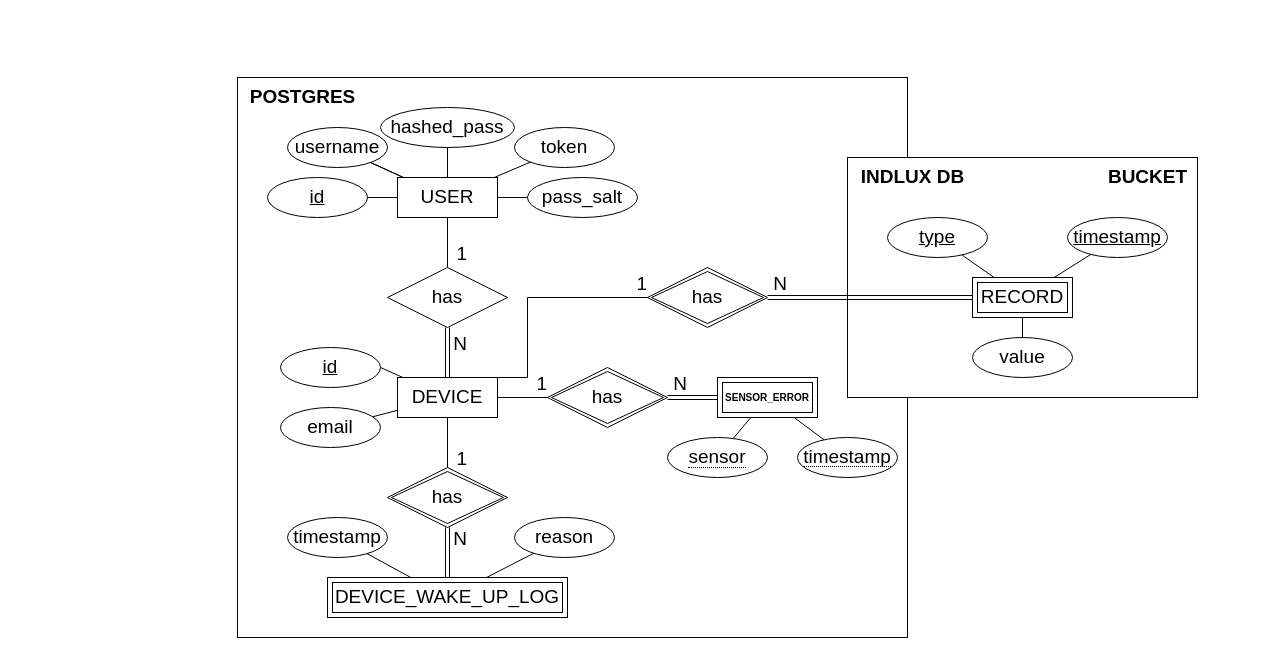
Before: Diagrams/Combined DB Diagram.drawio in MiguelRocha2001/PS-Monitor-IoT-System, a draw.io diagram. Source tidied: cells renumbered, new cells numbered last; positions are measured from the earlier drawing's top-left corner, leaving out a move shared by most shapes. Both pictures are drawn from the tidied source at 100%, with x=0, y=0 at pixel (237, 77).
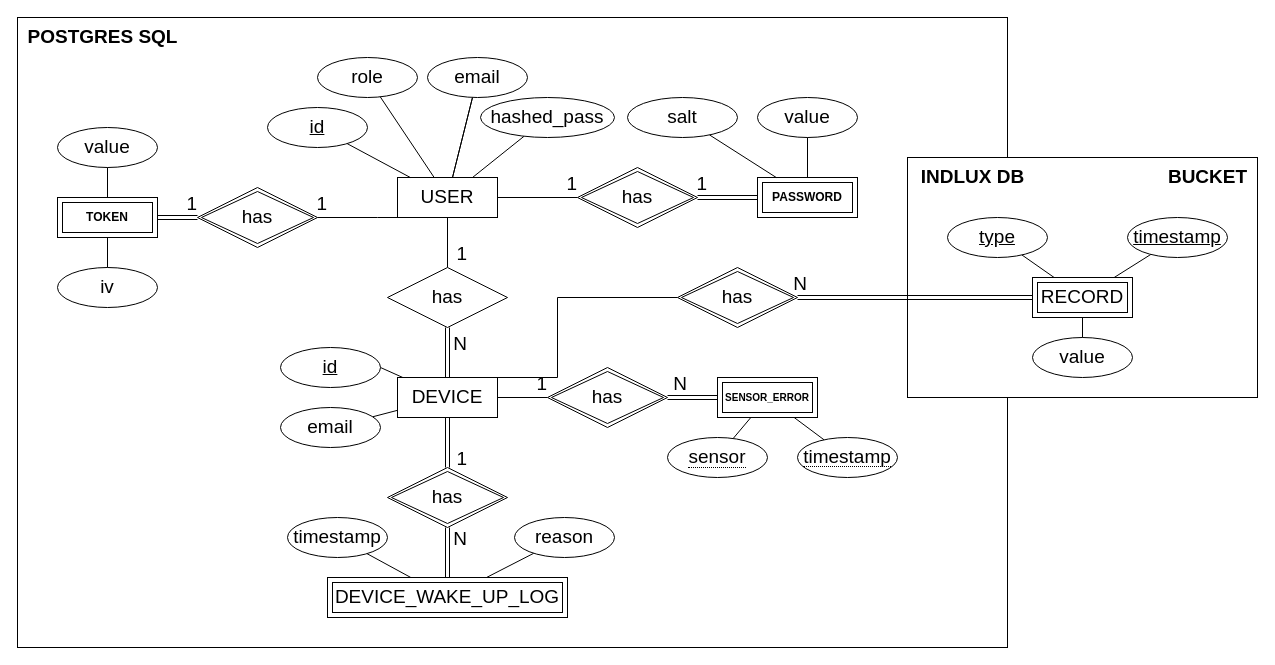
The same page after the edit.

Unchanged cells that the change refers to:
```xml
<mxCell id="6" value="&lt;font style=&quot;font-size: 19px;&quot;&gt;USER&lt;/font&gt;" style="whiteSpace=wrap;html=1;align=center;" parent="1" vertex="1">
  <mxGeometry x="160" y="100" width="100" height="40" as="geometry" />
</mxCell>
<mxCell id="14" style="endArrow=none;html=1;rounded=0;" parent="1" edge="1" source="6" target="31">
  <mxGeometry relative="1" as="geometry" />
</mxCell>
<mxCell id="19" style="endArrow=none;html=1;rounded=0;shape=link;exitX=0.5;exitY=0;exitDx=0;exitDy=0;" parent="1" edge="1" source="29" target="31">
  <mxGeometry relative="1" as="geometry" />
</mxCell>
<mxCell id="29" value="&lt;font style=&quot;font-size: 19px;&quot;&gt;DEVICE&lt;/font&gt;" style="whiteSpace=wrap;html=1;align=center;" parent="1" vertex="1">
  <mxGeometry x="160" y="300" width="100" height="40" as="geometry" />
</mxCell>
<mxCell id="38" value="&lt;font style=&quot;font-size: 19px;&quot;&gt;DEVICE_WAKE_UP_LOG&lt;/font&gt;" style="shape=ext;margin=3;double=1;whiteSpace=wrap;html=1;align=center;fontSize=8;fontStyle=0;" parent="1" vertex="1">
  <mxGeometry x="90" y="500" width="240" height="40" as="geometry" />
</mxCell>
<mxCell id="45" value="SENSOR_ERROR" style="shape=ext;margin=3;double=1;whiteSpace=wrap;html=1;align=center;fontSize=10;fontStyle=1;" parent="1" vertex="1">
  <mxGeometry x="480" y="300" width="100" height="40" as="geometry" />
</mxCell>
```

The edit, as a diff of the source:
```diff
@@
-    <mxCell id="2" style="rounded=0;whiteSpace=wrap;html=1;" parent="1" vertex="1">
-      <mxGeometry width="670" height="560" as="geometry" />
-    </mxCell>
-    <mxCell id="3" style="endArrow=none;html=1;rounded=0;exitX=1;exitY=0.5;exitDx=0;exitDy=0;" parent="1" edge="1" source="30" target="29">
-      <mxGeometry relative="1" as="geometry" />
-    </mxCell>
-    <mxCell id="4" style="endArrow=none;html=1;rounded=0;" parent="1" edge="1" source="5" target="29">
-      <mxGeometry relative="1" as="geometry" />
-    </mxCell>
-    <mxCell id="5" value="&lt;font style=&quot;font-size: 19px;&quot;&gt;email&lt;/font&gt;" style="ellipse;whiteSpace=wrap;html=1;align=center;" parent="1" vertex="1">
-      <mxGeometry x="43" y="330" width="100" height="40" as="geometry" />
-    </mxCell>
+    <mxCell id="61" style="rounded=0;whiteSpace=wrap;html=1;" parent="1" vertex="1">
+      <mxGeometry x="-220" y="-60" width="990" height="630" as="geometry" />
+    </mxCell>
+    <mxCell id="62" style="endArrow=none;html=1;rounded=0;exitX=1;exitY=0.5;exitDx=0;exitDy=0;" parent="1" edge="1" source="80" target="29">
+      <mxGeometry relative="1" as="geometry" />
+    </mxCell>
+    <mxCell id="63" style="endArrow=none;html=1;rounded=0;" parent="1" edge="1" source="64" target="29">
+      <mxGeometry relative="1" as="geometry" />
+    </mxCell>
+    <mxCell id="64" value="&lt;font style=&quot;font-size: 19px;&quot;&gt;email&lt;/font&gt;" style="ellipse;whiteSpace=wrap;html=1;align=center;" parent="1" vertex="1">
+      <mxGeometry x="43" y="330" width="100" height="40" as="geometry" />
+    </mxCell>
@@
-    <mxCell id="7" value="&lt;font style=&quot;font-size: 19px;&quot;&gt;id&lt;/font&gt;" style="ellipse;whiteSpace=wrap;html=1;align=center;fontStyle=4;" parent="1" vertex="1">
-      <mxGeometry x="30" y="100" width="100" height="40" as="geometry" />
-    </mxCell>
-    <mxCell id="8" style="endArrow=none;html=1;rounded=0;" parent="1" edge="1" source="46" target="6">
-      <mxGeometry relative="1" as="geometry" />
-    </mxCell>
-    <mxCell id="9" style="endArrow=none;html=1;rounded=0;" parent="1" edge="1" source="46" target="6">
-      <mxGeometry relative="1" as="geometry" />
-    </mxCell>
+    <mxCell id="65" value="&lt;font style=&quot;font-size: 19px;&quot;&gt;id&lt;/font&gt;" style="ellipse;whiteSpace=wrap;html=1;align=center;fontStyle=4;" parent="1" vertex="1">
+      <mxGeometry x="30" y="30" width="100" height="40" as="geometry" />
+    </mxCell>
+    <mxCell id="66" style="endArrow=none;html=1;rounded=0;" parent="1" edge="1" source="85" target="6">
+      <mxGeometry relative="1" as="geometry" />
+    </mxCell>
+    <mxCell id="67" style="endArrow=none;html=1;rounded=0;" parent="1" edge="1" source="85" target="6">
+      <mxGeometry relative="1" as="geometry" />
+    </mxCell>
@@
     <mxCell id="11" value="&lt;font style=&quot;font-size: 19px;&quot;&gt;hashed_pass&lt;/font&gt;" style="ellipse;whiteSpace=wrap;html=1;align=center;fontSize=12;" parent="1" vertex="1">
-      <mxGeometry x="143" y="30" width="134" height="40" as="geometry" />
+      <mxGeometry x="243" y="20" width="134" height="40" as="geometry" />
     </mxCell>
-    <mxCell id="12" value="&lt;font style=&quot;font-size: 19px;&quot;&gt;token&lt;/font&gt;" style="ellipse;whiteSpace=wrap;html=1;align=center;" parent="1" vertex="1">
-      <mxGeometry x="277" y="50" width="100" height="40" as="geometry" />
-    </mxCell>
-    <mxCell id="13" style="endArrow=none;html=1;rounded=0;" parent="1" edge="1" source="12" target="6">
-      <mxGeometry relative="1" as="geometry" />
-    </mxCell>
@@
-    <mxCell id="15" value="&lt;font style=&quot;font-size: 19px;&quot;&gt;1&lt;/font&gt;" style="html=1;align=right;verticalAlign=bottom;" parent="14" vertex="1">
-      <mxGeometry x="1" relative="1" as="geometry">
-        <mxPoint x="20" as="offset" />
-      </mxGeometry>
-    </mxCell>
-    <mxCell id="16" value="&lt;font style=&quot;font-size: 19px;&quot;&gt;1&lt;/font&gt;" style="html=1;align=right;verticalAlign=bottom;" parent="14" vertex="1">
-      <mxGeometry x="1" relative="1" as="geometry">
-        <mxPoint x="20" y="205" as="offset" />
-      </mxGeometry>
-    </mxCell>
-    <mxCell id="17" value="&lt;font style=&quot;font-size: 19px;&quot;&gt;1&lt;/font&gt;" style="html=1;align=right;verticalAlign=bottom;" parent="14" vertex="1">
-      <mxGeometry x="1" relative="1" as="geometry">
-        <mxPoint x="100" y="130" as="offset" />
-      </mxGeometry>
-    </mxCell>
-    <mxCell id="18" value="&lt;font style=&quot;font-size: 19px;&quot;&gt;1&lt;/font&gt;" style="html=1;align=right;verticalAlign=bottom;" parent="14" vertex="1">
-      <mxGeometry x="1" relative="1" as="geometry">
-        <mxPoint x="200" y="30" as="offset" />
-      </mxGeometry>
-    </mxCell>
+    <mxCell id="68" value="&lt;font style=&quot;font-size: 19px;&quot;&gt;1&lt;/font&gt;" style="html=1;align=right;verticalAlign=bottom;" parent="14" vertex="1">
+      <mxGeometry x="1" relative="1" as="geometry">
+        <mxPoint x="20" as="offset" />
+      </mxGeometry>
+    </mxCell>
+    <mxCell id="69" value="&lt;font style=&quot;font-size: 19px;&quot;&gt;1&lt;/font&gt;" style="html=1;align=right;verticalAlign=bottom;" parent="14" vertex="1">
+      <mxGeometry x="1" relative="1" as="geometry">
+        <mxPoint x="20" y="205" as="offset" />
+      </mxGeometry>
+    </mxCell>
+    <mxCell id="70" value="&lt;font style=&quot;font-size: 19px;&quot;&gt;1&lt;/font&gt;" style="html=1;align=right;verticalAlign=bottom;" parent="14" vertex="1">
+      <mxGeometry x="1" relative="1" as="geometry">
+        <mxPoint x="100" y="130" as="offset" />
+      </mxGeometry>
+    </mxCell>
+    <mxCell id="71" value="&lt;font style=&quot;font-size: 19px;&quot;&gt;1&lt;/font&gt;" style="html=1;align=right;verticalAlign=bottom;" parent="14" vertex="1">
+      <mxGeometry x="1" relative="1" as="geometry">
+        <mxPoint x="260" y="-70" as="offset" />
+      </mxGeometry>
+    </mxCell>
+    <mxCell id="72" value="&lt;font style=&quot;font-size: 19px;&quot;&gt;1&lt;/font&gt;" style="html=1;align=right;verticalAlign=bottom;" parent="14" vertex="1">
+      <mxGeometry x="1" relative="1" as="geometry">
+        <mxPoint x="130" y="-70" as="offset" />
+      </mxGeometry>
+    </mxCell>
+    <mxCell id="73" value="&lt;font style=&quot;font-size: 19px;&quot;&gt;1&lt;/font&gt;" style="html=1;align=right;verticalAlign=bottom;" parent="14" vertex="1">
+      <mxGeometry x="1" relative="1" as="geometry">
+        <mxPoint x="-250" y="-50" as="offset" />
+      </mxGeometry>
+    </mxCell>
+    <mxCell id="74" value="&lt;font style=&quot;font-size: 19px;&quot;&gt;1&lt;/font&gt;" style="html=1;align=right;verticalAlign=bottom;" parent="14" vertex="1">
+      <mxGeometry x="1" relative="1" as="geometry">
+        <mxPoint x="-120" y="-50" as="offset" />
+      </mxGeometry>
+    </mxCell>
@@
-    <mxCell id="20" value="&lt;font style=&quot;font-size: 19px;&quot;&gt;N&lt;/font&gt;" style="html=1;align=right;verticalAlign=bottom;" parent="19" vertex="1">
-      <mxGeometry x="1" relative="1" as="geometry">
-        <mxPoint x="20" y="30" as="offset" />
-      </mxGeometry>
-    </mxCell>
-    <mxCell id="21" value="&lt;font style=&quot;font-size: 19px;&quot;&gt;N&lt;/font&gt;" style="html=1;align=right;verticalAlign=bottom;" parent="19" vertex="1">
-      <mxGeometry x="1" relative="1" as="geometry">
-        <mxPoint x="240" y="70" as="offset" />
-      </mxGeometry>
-    </mxCell>
-    <mxCell id="22" value="&lt;font style=&quot;font-size: 19px;&quot;&gt;N&lt;/font&gt;" style="html=1;align=right;verticalAlign=bottom;" parent="19" vertex="1">
-      <mxGeometry x="1" relative="1" as="geometry">
-        <mxPoint x="20" y="225" as="offset" />
-      </mxGeometry>
-    </mxCell>
-    <mxCell id="23" value="&lt;font style=&quot;font-size: 19px;&quot;&gt;N&lt;/font&gt;" style="html=1;align=right;verticalAlign=bottom;" parent="19" vertex="1">
-      <mxGeometry x="1" relative="1" as="geometry">
-        <mxPoint x="340" y="-30" as="offset" />
-      </mxGeometry>
-    </mxCell>
-    <mxCell id="24" value="&lt;font style=&quot;font-size: 19px;&quot;&gt;pass_salt&lt;/font&gt;" style="ellipse;whiteSpace=wrap;html=1;align=center;" parent="1" vertex="1">
-      <mxGeometry x="290" y="100" width="110" height="40" as="geometry" />
-    </mxCell>
-    <mxCell id="25" style="endArrow=none;html=1;rounded=0;" parent="1" edge="1" source="24" target="6">
-      <mxGeometry relative="1" as="geometry" />
-    </mxCell>
-    <mxCell id="26" style="edgeStyle=orthogonalEdgeStyle;rounded=0;jettySize=auto;html=1;endArrow=none;endFill=0;" parent="1" edge="1" source="29" target="34">
-      <mxGeometry relative="1" as="geometry" />
-    </mxCell>
-    <mxCell id="27" style="edgeStyle=orthogonalEdgeStyle;rounded=0;jettySize=auto;html=1;endArrow=none;endFill=0;" parent="1" edge="1" source="29" target="39">
-      <mxGeometry relative="1" as="geometry" />
-    </mxCell>
-    <mxCell id="28" style="edgeStyle=orthogonalEdgeStyle;rounded=0;jettySize=auto;html=1;exitX=1;exitY=0;exitDx=0;exitDy=0;endArrow=none;endFill=0;" parent="1" edge="1" source="29" target="60">
-      <mxGeometry relative="1" as="geometry">
-        <Array as="points">
-          <mxPoint x="290" y="300" />
-          <mxPoint x="290" y="220" />
-        </Array>
-      </mxGeometry>
-    </mxCell>
+    <mxCell id="75" value="&lt;font style=&quot;font-size: 19px;&quot;&gt;N&lt;/font&gt;" style="html=1;align=right;verticalAlign=bottom;" parent="19" vertex="1">
+      <mxGeometry x="1" relative="1" as="geometry">
+        <mxPoint x="20" y="30" as="offset" />
+      </mxGeometry>
+    </mxCell>
+    <mxCell id="76" value="&lt;font style=&quot;font-size: 19px;&quot;&gt;N&lt;/font&gt;" style="html=1;align=right;verticalAlign=bottom;" parent="19" vertex="1">
+      <mxGeometry x="1" relative="1" as="geometry">
+        <mxPoint x="240" y="70" as="offset" />
+      </mxGeometry>
+    </mxCell>
+    <mxCell id="77" value="&lt;font style=&quot;font-size: 19px;&quot;&gt;N&lt;/font&gt;" style="html=1;align=right;verticalAlign=bottom;" parent="19" vertex="1">
+      <mxGeometry x="1" relative="1" as="geometry">
+        <mxPoint x="20" y="225" as="offset" />
+      </mxGeometry>
+    </mxCell>
+    <mxCell id="78" style="edgeStyle=orthogonalEdgeStyle;rounded=0;jettySize=auto;html=1;endArrow=none;endFill=0;" parent="1" edge="1" source="29" target="81">
+      <mxGeometry relative="1" as="geometry" />
+    </mxCell>
+    <mxCell id="79" style="edgeStyle=orthogonalEdgeStyle;rounded=0;jettySize=auto;html=1;endArrow=none;endFill=0;shape=link;" parent="1" edge="1" source="29" target="83">
+      <mxGeometry relative="1" as="geometry" />
+    </mxCell>
@@
-    <mxCell id="30" value="&lt;font style=&quot;font-size: 19px;&quot;&gt;id&lt;/font&gt;" style="ellipse;whiteSpace=wrap;html=1;align=center;fontStyle=4;" parent="1" vertex="1">
-      <mxGeometry x="43" y="270" width="100" height="40" as="geometry" />
-    </mxCell>
+    <mxCell id="80" value="&lt;font style=&quot;font-size: 19px;&quot;&gt;id&lt;/font&gt;" style="ellipse;whiteSpace=wrap;html=1;align=center;fontStyle=4;" parent="1" vertex="1">
+      <mxGeometry x="43" y="270" width="100" height="40" as="geometry" />
+    </mxCell>
@@
-    <mxCell id="34" value="has" style="shape=rhombus;double=1;perimeter=rhombusPerimeter;whiteSpace=wrap;html=1;align=center;fontSize=19;" parent="1" vertex="1">
-      <mxGeometry x="310" y="290" width="120" height="60" as="geometry" />
-    </mxCell>
+    <mxCell id="81" value="has" style="shape=rhombus;double=1;perimeter=rhombusPerimeter;whiteSpace=wrap;html=1;align=center;fontSize=19;" parent="1" vertex="1">
+      <mxGeometry x="310" y="290" width="120" height="60" as="geometry" />
+    </mxCell>
@@
-    <mxCell id="37" style="edgeStyle=orthogonalEdgeStyle;rounded=0;jettySize=auto;html=1;endArrow=none;endFill=0;shape=link;entryX=0.5;entryY=1;entryDx=0;entryDy=0;" parent="1" edge="1" source="38" target="39">
-      <mxGeometry relative="1" as="geometry" />
-    </mxCell>
+    <mxCell id="82" style="edgeStyle=orthogonalEdgeStyle;rounded=0;jettySize=auto;html=1;endArrow=none;endFill=0;shape=link;entryX=0.5;entryY=1;entryDx=0;entryDy=0;" parent="1" edge="1" source="38" target="83">
+      <mxGeometry relative="1" as="geometry" />
+    </mxCell>
@@
-    <mxCell id="39" value="has" style="shape=rhombus;double=1;perimeter=rhombusPerimeter;whiteSpace=wrap;html=1;align=center;fontSize=19;" parent="1" vertex="1">
-      <mxGeometry x="150" y="390" width="120" height="60" as="geometry" />
-    </mxCell>
+    <mxCell id="83" value="has" style="shape=rhombus;double=1;perimeter=rhombusPerimeter;whiteSpace=wrap;html=1;align=center;fontSize=19;" parent="1" vertex="1">
+      <mxGeometry x="150" y="390" width="120" height="60" as="geometry" />
+    </mxCell>
@@
-    <mxCell id="44" style="edgeStyle=orthogonalEdgeStyle;rounded=0;jettySize=auto;html=1;shape=link;" parent="1" edge="1" source="34" target="45">
-      <mxGeometry relative="1" as="geometry" />
-    </mxCell>
+    <mxCell id="84" style="edgeStyle=orthogonalEdgeStyle;rounded=0;jettySize=auto;html=1;shape=link;" parent="1" edge="1" source="81" target="45">
+      <mxGeometry relative="1" as="geometry" />
+    </mxCell>
@@
-    <mxCell id="46" value="&lt;font style=&quot;font-size: 19px;&quot;&gt;username&lt;/font&gt;" style="ellipse;whiteSpace=wrap;html=1;align=center;" parent="1" vertex="1">
-      <mxGeometry x="50" y="50" width="100" height="40" as="geometry" />
-    </mxCell>
-    <mxCell id="47" style="endArrow=none;html=1;rounded=0;entryX=0;entryY=0.5;entryDx=0;entryDy=0;exitX=1;exitY=0.5;exitDx=0;exitDy=0;" parent="1" edge="1" source="7" target="6">
-      <mxGeometry relative="1" as="geometry" />
-    </mxCell>
-    <mxCell id="48" style="rounded=0;whiteSpace=wrap;html=1;" parent="1" vertex="1">
-      <mxGeometry x="610" y="80" width="350" height="240" as="geometry" />
-    </mxCell>
+    <mxCell id="85" value="&lt;font style=&quot;font-size: 19px;&quot;&gt;email&lt;/font&gt;" style="ellipse;whiteSpace=wrap;html=1;align=center;" parent="1" vertex="1">
+      <mxGeometry x="190" y="-20" width="100" height="40" as="geometry" />
+    </mxCell>
+    <mxCell id="86" style="endArrow=none;html=1;rounded=0;" parent="1" edge="1" source="65" target="6">
+      <mxGeometry relative="1" as="geometry" />
+    </mxCell>
+    <mxCell id="87" style="edgeStyle=orthogonalEdgeStyle;rounded=0;jettySize=auto;html=1;shape=link;" parent="1" edge="1" source="88" target="90">
+      <mxGeometry relative="1" as="geometry" />
+    </mxCell>
+    <mxCell id="88" value="PASSWORD" style="shape=ext;margin=3;double=1;whiteSpace=wrap;html=1;align=center;fontStyle=1;" parent="1" vertex="1">
+      <mxGeometry x="520" y="100" width="100" height="40" as="geometry" />
+    </mxCell>
+    <mxCell id="89" style="edgeStyle=orthogonalEdgeStyle;rounded=0;jettySize=auto;html=1;endArrow=none;endFill=0;" parent="1" edge="1" source="90" target="6">
+      <mxGeometry relative="1" as="geometry" />
+    </mxCell>
+    <mxCell id="90" value="has" style="shape=rhombus;double=1;perimeter=rhombusPerimeter;whiteSpace=wrap;html=1;align=center;fontSize=19;" parent="1" vertex="1">
+      <mxGeometry x="340" y="90" width="120" height="60" as="geometry" />
+    </mxCell>
+    <mxCell id="91" value="&lt;font style=&quot;font-size: 19px;&quot;&gt;value&lt;/font&gt;" style="ellipse;whiteSpace=wrap;html=1;align=center;" parent="1" vertex="1">
+      <mxGeometry x="520" y="20" width="100" height="40" as="geometry" />
+    </mxCell>
+    <mxCell id="92" style="endArrow=none;html=1;rounded=0;" parent="1" edge="1" source="91" target="88">
+      <mxGeometry relative="1" as="geometry" />
+    </mxCell>
+    <mxCell id="93" value="TOKEN" style="shape=ext;margin=3;double=1;whiteSpace=wrap;html=1;align=center;fontStyle=1;" parent="1" vertex="1">
+      <mxGeometry x="-180" y="120" width="100" height="40" as="geometry" />
+    </mxCell>
+    <mxCell id="94" style="edgeStyle=orthogonalEdgeStyle;rounded=0;jettySize=auto;html=1;endArrow=none;endFill=0;entryX=0;entryY=1;entryDx=0;entryDy=0;" parent="1" edge="1" source="95" target="6">
+      <mxGeometry relative="1" as="geometry">
+        <Array as="points">
+          <mxPoint x="140" y="140" />
+          <mxPoint x="140" y="140" />
+        </Array>
+      </mxGeometry>
+    </mxCell>
+    <mxCell id="95" value="has" style="shape=rhombus;double=1;perimeter=rhombusPerimeter;whiteSpace=wrap;html=1;align=center;fontSize=19;" parent="1" vertex="1">
+      <mxGeometry x="-40" y="110" width="120" height="60" as="geometry" />
+    </mxCell>
+    <mxCell id="96" style="edgeStyle=orthogonalEdgeStyle;rounded=0;jettySize=auto;html=1;shape=link;" parent="1" edge="1" source="93" target="95">
+      <mxGeometry relative="1" as="geometry" />
+    </mxCell>
+    <mxCell id="97" value="&lt;font style=&quot;font-size: 19px;&quot;&gt;value&lt;/font&gt;" style="ellipse;whiteSpace=wrap;html=1;align=center;" parent="1" vertex="1">
+      <mxGeometry x="-180" y="50" width="100" height="40" as="geometry" />
+    </mxCell>
+    <mxCell id="98" style="endArrow=none;html=1;rounded=0;" parent="1" edge="1" source="97" target="93">
+      <mxGeometry relative="1" as="geometry" />
+    </mxCell>
+    <mxCell id="99" value="&lt;font style=&quot;font-size: 19px;&quot;&gt;iv&lt;/font&gt;" style="ellipse;whiteSpace=wrap;html=1;align=center;" parent="1" vertex="1">
+      <mxGeometry x="-180" y="190" width="100" height="40" as="geometry" />
+    </mxCell>
+    <mxCell id="100" style="endArrow=none;html=1;rounded=0;" parent="1" edge="1" source="99" target="93">
+      <mxGeometry relative="1" as="geometry" />
+    </mxCell>
+    <mxCell id="101" style="endArrow=none;html=1;rounded=0;" parent="1" edge="1" source="102" target="88">
+      <mxGeometry relative="1" as="geometry" />
+    </mxCell>
+    <mxCell id="102" value="&lt;font style=&quot;font-size: 19px;&quot;&gt;salt&lt;/font&gt;" style="ellipse;whiteSpace=wrap;html=1;align=center;" parent="1" vertex="1">
+      <mxGeometry x="390" y="20" width="110" height="40" as="geometry" />
+    </mxCell>
+    <mxCell id="103" value="&lt;font style=&quot;font-size: 19px;&quot;&gt;role&lt;/font&gt;" style="ellipse;whiteSpace=wrap;html=1;align=center;" parent="1" vertex="1">
+      <mxGeometry x="80" y="-20" width="100" height="40" as="geometry" />
+    </mxCell>
+    <mxCell id="104" style="endArrow=none;html=1;rounded=0;" parent="1" edge="1" source="103" target="6">
+      <mxGeometry relative="1" as="geometry" />
+    </mxCell>
+    <mxCell id="105" style="rounded=0;whiteSpace=wrap;html=1;" parent="1" vertex="1">
+      <mxGeometry x="670" y="80" width="350" height="240" as="geometry" />
+    </mxCell>
@@
     <mxCell id="51" value="type" style="ellipse;whiteSpace=wrap;html=1;align=center;fontStyle=4;fontSize=19;" parent="1" vertex="1">
-      <mxGeometry x="650" y="140" width="100" height="40" as="geometry" />
+      <mxGeometry x="710" y="140" width="100" height="40" as="geometry" />
     </mxCell>
     <mxCell id="52" value="BUCKET" style="text;html=1;align=center;verticalAlign=middle;strokeColor=none;fillColor=none;fontSize=19;fontStyle=1;" parent="1" vertex="1">
-      <mxGeometry x="860" y="80" width="100" height="40" as="geometry" />
+      <mxGeometry x="920" y="80" width="100" height="40" as="geometry" />
     </mxCell>
     <mxCell id="53" value="value" style="ellipse;whiteSpace=wrap;html=1;align=center;fontSize=19;" parent="1" vertex="1">
-      <mxGeometry x="735" y="260" width="100" height="40" as="geometry" />
+      <mxGeometry x="795" y="260" width="100" height="40" as="geometry" />
     </mxCell>
@@
     <mxCell id="55" value="timestamp" style="ellipse;whiteSpace=wrap;html=1;align=center;fontStyle=4;fontSize=19;" parent="1" vertex="1">
-      <mxGeometry x="830" y="140" width="100" height="40" as="geometry" />
+      <mxGeometry x="890" y="140" width="100" height="40" as="geometry" />
     </mxCell>
-    <mxCell id="56" style="edgeStyle=orthogonalEdgeStyle;rounded=0;jettySize=auto;html=1;endArrow=none;endFill=0;shape=link;" parent="1" edge="1" source="60" target="59">
-      <mxGeometry relative="1" as="geometry" />
-    </mxCell>
     <mxCell id="57" value="INDLUX DB" style="text;html=1;align=center;verticalAlign=middle;strokeColor=none;fillColor=none;fontSize=19;fontStyle=1;" parent="1" vertex="1">
-      <mxGeometry x="610" y="80" width="130" height="40" as="geometry" />
+      <mxGeometry x="670" y="80" width="130" height="40" as="geometry" />
     </mxCell>
-    <mxCell id="58" value="POSTGRES" style="text;html=1;align=center;verticalAlign=middle;strokeColor=none;fillColor=none;fontSize=19;fontStyle=1;" parent="1" vertex="1">
-      <mxGeometry width="130" height="40" as="geometry" />
-    </mxCell>
     <mxCell id="59" value="RECORD" style="shape=ext;margin=3;double=1;whiteSpace=wrap;html=1;align=center;fontSize=19;" parent="1" vertex="1">
-      <mxGeometry x="735" y="200" width="100" height="40" as="geometry" />
+      <mxGeometry x="795" y="200" width="100" height="40" as="geometry" />
     </mxCell>
-    <mxCell id="60" value="has" style="shape=rhombus;double=1;perimeter=rhombusPerimeter;whiteSpace=wrap;html=1;align=center;fontSize=19;" parent="1" vertex="1">
-      <mxGeometry x="410" y="190" width="120" height="60" as="geometry" />
-    </mxCell>
+    <mxCell id="106" value="has" style="shape=rhombus;double=1;perimeter=rhombusPerimeter;whiteSpace=wrap;html=1;align=center;fontSize=19;" parent="1" vertex="1">
+      <mxGeometry x="440" y="190" width="120" height="60" as="geometry" />
+    </mxCell>
+    <mxCell id="107" style="edgeStyle=orthogonalEdgeStyle;rounded=0;jettySize=auto;html=1;exitX=1;exitY=0;exitDx=0;exitDy=0;endArrow=none;endFill=0;" parent="1" edge="1" source="29" target="106">
+      <mxGeometry relative="1" as="geometry">
+        <Array as="points">
+          <mxPoint x="320" y="300" />
+          <mxPoint x="320" y="220" />
+        </Array>
+      </mxGeometry>
+    </mxCell>
+    <mxCell id="108" style="edgeStyle=orthogonalEdgeStyle;rounded=0;jettySize=auto;html=1;endArrow=none;endFill=0;shape=link;" parent="1" edge="1" source="106" target="59">
+      <mxGeometry relative="1" as="geometry" />
+    </mxCell>
+    <mxCell id="109" value="&lt;font style=&quot;font-size: 19px;&quot;&gt;N&lt;/font&gt;" style="html=1;align=right;verticalAlign=bottom;" parent="1" vertex="1">
+      <mxGeometry x="570" y="220" as="geometry" />
+    </mxCell>
+    <mxCell id="110" value="POSTGRES SQL" style="text;html=1;align=center;verticalAlign=middle;strokeColor=none;fillColor=none;fontSize=19;fontStyle=1;" parent="1" vertex="1">
+      <mxGeometry x="-220" y="-60" width="170" height="40" as="geometry" />
+    </mxCell>
```
